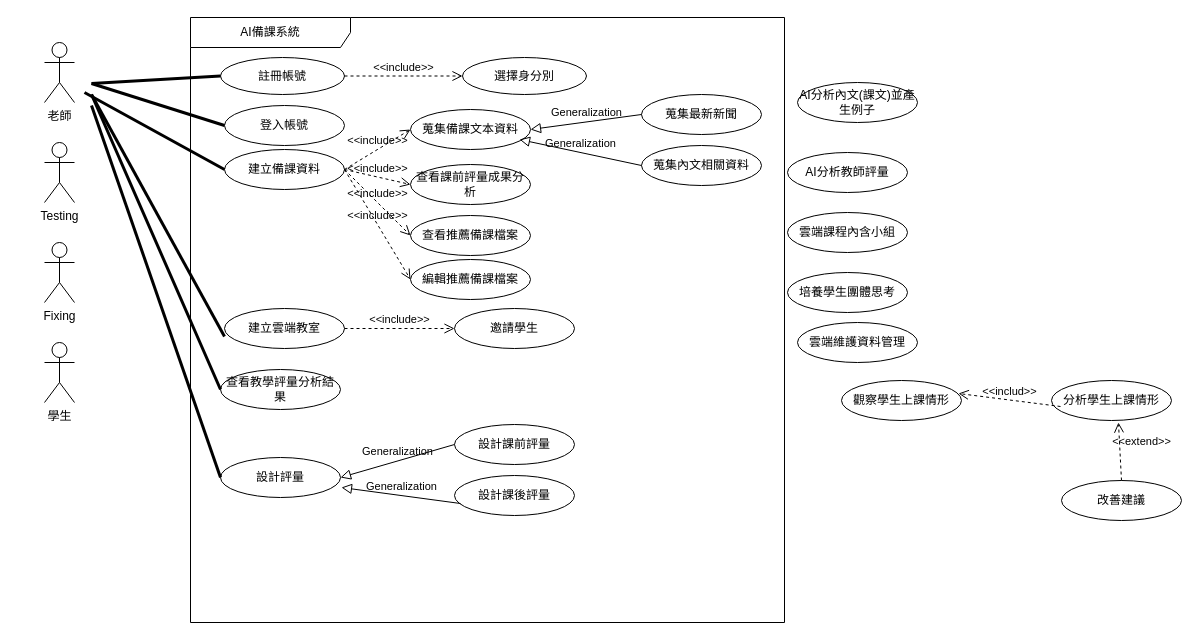
Earlier version of the draw.io diagram page "第 1 页" (1 of 2) of 顧客關係圖.drawio (Kevincheng0804/System-analysis). Source tidied: cells renumbered, new cells numbered last; positions are measured from the earlier drawing's top-left corner, leaving out a move shared by most shapes. Both pictures are drawn from the tidied source at 100%, with x=0, y=0 at pixel (44, 17).
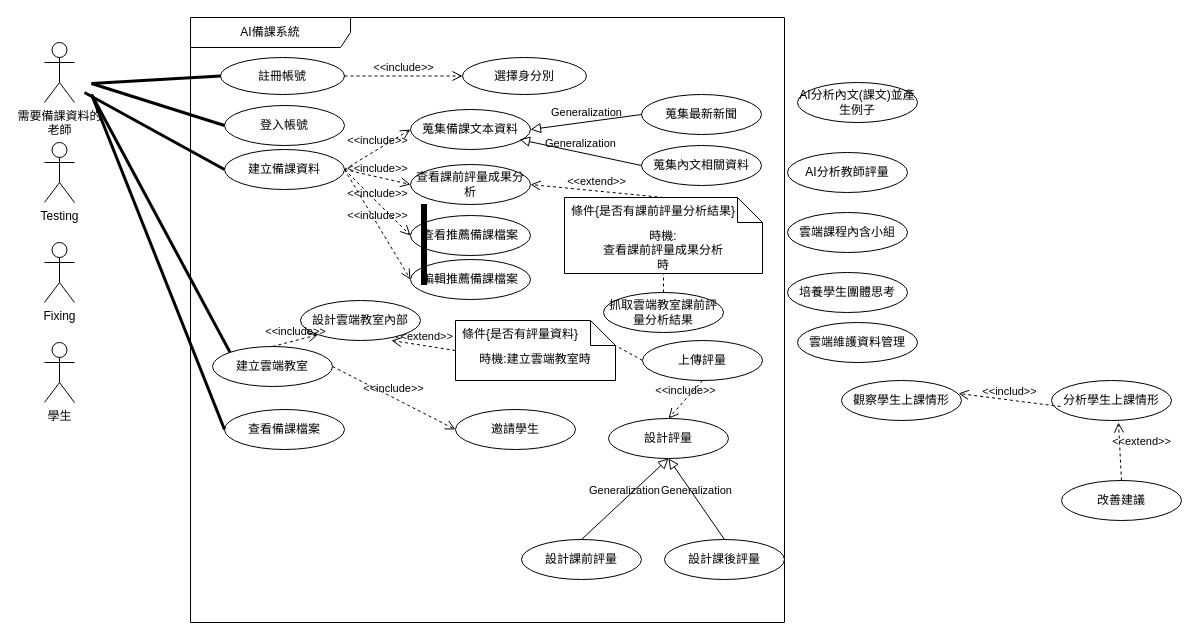
After the change.

Unchanged cells that the change refers to:
```xml
<mxCell id="5" value="AI備課系統" style="shape=umlFrame;whiteSpace=wrap;html=1;width=160;" parent="1" vertex="1">
  <mxGeometry x="146" width="594" height="605" as="geometry" />
</mxCell>
<mxCell id="23" value="&lt;div&gt;查看課前評量成果分析&lt;/div&gt;" style="ellipse;html=1;whiteSpace=wrap;" parent="5" vertex="1">
  <mxGeometry x="220" y="147" width="120" height="40" as="geometry" />
</mxCell>
```

What changed in the source:
```diff
@@
-    <mxCell id="2" value="&lt;div&gt;老師&lt;/div&gt;&lt;div&gt;&lt;br&gt;&lt;/div&gt;" style="shape=umlActor;verticalLabelPosition=bottom;verticalAlign=top;html=1;" parent="1" vertex="1">
+    <mxCell id="2" value="需要備課資料的&lt;div&gt;老師&lt;/div&gt;&lt;div&gt;&lt;br&gt;&lt;/div&gt;" style="shape=umlActor;verticalLabelPosition=bottom;verticalAlign=top;html=1;" parent="1" vertex="1">
       <mxGeometry y="25" width="30" height="60" as="geometry" />
     </mxCell>
@@
     <mxCell id="17" value="建立雲端教室" style="ellipse;html=1;whiteSpace=wrap;" parent="5" vertex="1">
-      <mxGeometry x="34" y="291" width="120" height="40" as="geometry" />
+      <mxGeometry x="22" y="329" width="120" height="40" as="geometry" />
     </mxCell>
     <mxCell id="18" value="邀請學生" style="ellipse;html=1;whiteSpace=wrap;" parent="5" vertex="1">
-      <mxGeometry x="264" y="291" width="120" height="40" as="geometry" />
+      <mxGeometry x="265" y="392" width="120" height="40" as="geometry" />
     </mxCell>
@@
-    <mxCell id="28" value="查看教學評量分析結果" style="ellipse;html=1;whiteSpace=wrap;" parent="5" vertex="1">
-      <mxGeometry x="30" y="352" width="120" height="40" as="geometry" />
+    <mxCell id="28" value="查看備課檔案" style="ellipse;html=1;whiteSpace=wrap;" parent="5" vertex="1">
+      <mxGeometry x="34" y="392" width="120" height="40" as="geometry" />
     </mxCell>
     <mxCell id="29" value="設計評量" style="ellipse;html=1;whiteSpace=wrap;" parent="5" vertex="1">
-      <mxGeometry x="30" y="440" width="120" height="40" as="geometry" />
+      <mxGeometry x="418" y="401" width="120" height="40" as="geometry" />
     </mxCell>
     <mxCell id="30" value="設計課前評量" style="ellipse;html=1;whiteSpace=wrap;" parent="5" vertex="1">
-      <mxGeometry x="264" y="407" width="120" height="40" as="geometry" />
+      <mxGeometry x="331" y="522" width="120" height="40" as="geometry" />
     </mxCell>
     <mxCell id="31" value="設計課後評量" style="ellipse;html=1;whiteSpace=wrap;" parent="5" vertex="1">
-      <mxGeometry x="264" y="458" width="120" height="40" as="geometry" />
+      <mxGeometry x="474" y="522" width="120" height="40" as="geometry" />
     </mxCell>
-    <mxCell id="32" value="Generalization" style="endArrow=block;html=1;rounded=0;align=center;verticalAlign=bottom;endFill=0;labelBackgroundColor=none;endSize=8;entryX=1.008;entryY=0.75;entryDx=0;entryDy=0;entryPerimeter=0;exitX=0.05;exitY=0.7;exitDx=0;exitDy=0;exitPerimeter=0;" parent="5" edge="1" source="31" target="29">
+    <mxCell id="32" value="Generalization" style="endArrow=block;html=1;rounded=0;align=center;verticalAlign=bottom;endFill=0;labelBackgroundColor=none;endSize=8;entryX=0.5;entryY=1;entryDx=0;entryDy=0;exitX=0.5;exitY=0;exitDx=0;exitDy=0;" parent="5" edge="1" source="31" target="29">
       <mxGeometry relative="1" as="geometry" />
     </mxCell>
@@
-    <mxCell id="34" value="Generalization" style="endArrow=block;html=1;rounded=0;align=center;verticalAlign=bottom;endFill=0;labelBackgroundColor=none;endSize=8;entryX=1;entryY=0.5;entryDx=0;entryDy=0;exitX=0;exitY=0.5;exitDx=0;exitDy=0;" parent="5" edge="1" source="30" target="29">
+    <mxCell id="34" value="Generalization" style="endArrow=block;html=1;rounded=0;align=center;verticalAlign=bottom;endFill=0;labelBackgroundColor=none;endSize=8;entryX=0.5;entryY=1;entryDx=0;entryDy=0;exitX=0.5;exitY=0;exitDx=0;exitDy=0;" parent="5" edge="1" source="30" target="29">
       <mxGeometry relative="1" as="geometry" />
     </mxCell>
@@
+    <mxCell id="53" value="&amp;lt;&amp;lt;extend&amp;gt;&amp;gt;" style="endArrow=open;startArrow=none;endFill=0;startFill=0;endSize=8;html=1;verticalAlign=bottom;dashed=1;labelBackgroundColor=none;rounded=0;exitX=0;exitY=0.5;exitDx=0;exitDy=0;exitPerimeter=0;entryX=0.758;entryY=1;entryDx=0;entryDy=0;entryPerimeter=0;" parent="5" edge="1" source="54" target="62">
+      <mxGeometry relative="1" as="geometry" />
+    </mxCell>
+    <mxCell id="54" value="時機:建立雲端教室時" style="shape=note2;boundedLbl=1;whiteSpace=wrap;html=1;size=25;verticalAlign=top;align=center;" parent="5" vertex="1">
+      <mxGeometry x="265" y="303" width="160" height="60" as="geometry" />
+    </mxCell>
+    <mxCell id="55" value="條件{是否有評量資料}" style="strokeColor=none;fillColor=none;align=left;spacingLeft=5;" parent="54" vertex="1">
+      <mxGeometry width="160" height="25" relative="1" as="geometry" />
+    </mxCell>
+    <mxCell id="56" style="endArrow=none;startArrow=none;endFill=0;startFill=0;endSize=8;html=1;verticalAlign=bottom;dashed=1;labelBackgroundColor=none;rounded=0;exitX=0;exitY=0.5;exitDx=0;exitDy=0;entryX=1;entryY=1;entryDx=0;entryDy=0;" parent="5" edge="1" source="57" target="55">
+      <mxGeometry relative="1" as="geometry" />
+    </mxCell>
+    <mxCell id="57" value="上傳評量" style="ellipse;html=1;whiteSpace=wrap;" parent="5" vertex="1">
+      <mxGeometry x="452" y="323" width="120" height="40" as="geometry" />
+    </mxCell>
+    <mxCell id="58" value="時機:&lt;div&gt;查看課前評量成果分析&lt;/div&gt;時" style="shape=note2;boundedLbl=1;whiteSpace=wrap;html=1;size=25;verticalAlign=top;align=center;" parent="5" vertex="1">
+      <mxGeometry x="374" y="180" width="198" height="76" as="geometry" />
+    </mxCell>
+    <mxCell id="59" value="條件{是否有課前評量分析結果}" style="strokeColor=none;fillColor=none;align=left;spacingLeft=5;" parent="58" vertex="1">
+      <mxGeometry width="198" height="25" relative="1" as="geometry" />
+    </mxCell>
+    <mxCell id="60" value="&amp;lt;&amp;lt;include&amp;gt;&amp;gt;" style="endArrow=open;startArrow=none;endFill=0;startFill=0;endSize=8;html=1;verticalAlign=bottom;dashed=1;labelBackgroundColor=none;rounded=0;exitX=0.5;exitY=1;exitDx=0;exitDy=0;entryX=0.5;entryY=0;entryDx=0;entryDy=0;" parent="5" edge="1" source="57" target="29">
+      <mxGeometry relative="1" as="geometry" />
+    </mxCell>
+    <mxCell id="61" value="&amp;lt;&amp;lt;extend&amp;gt;&amp;gt;" style="endArrow=open;startArrow=none;endFill=0;startFill=0;endSize=8;html=1;verticalAlign=bottom;dashed=1;labelBackgroundColor=none;rounded=0;exitX=0.5;exitY=0;exitDx=0;exitDy=0;entryX=1;entryY=0.5;entryDx=0;entryDy=0;" parent="5" edge="1" source="59" target="23">
+      <mxGeometry relative="1" as="geometry" />
+    </mxCell>
+    <mxCell id="62" value="設計雲端教室內部" style="ellipse;html=1;whiteSpace=wrap;" parent="5" vertex="1">
+      <mxGeometry x="110" y="283" width="120" height="40" as="geometry" />
+    </mxCell>
+    <mxCell id="63" value="&amp;lt;&amp;lt;include&amp;gt;&amp;gt;" style="endArrow=open;startArrow=none;endFill=0;startFill=0;endSize=8;html=1;verticalAlign=bottom;dashed=1;labelBackgroundColor=none;rounded=0;exitX=0.5;exitY=0;exitDx=0;exitDy=0;entryX=0;entryY=1;entryDx=0;entryDy=0;" parent="5" edge="1" source="17" target="62">
+      <mxGeometry relative="1" as="geometry" />
+    </mxCell>
+    <mxCell id="64" value="抓取雲端教室課前評量分析結果" style="ellipse;html=1;whiteSpace=wrap;" parent="5" vertex="1">
+      <mxGeometry x="413" y="275" width="120" height="40" as="geometry" />
+    </mxCell>
+    <mxCell id="65" style="endArrow=none;startArrow=none;endFill=0;startFill=0;endSize=8;html=1;verticalAlign=bottom;dashed=1;labelBackgroundColor=none;rounded=0;entryX=0.5;entryY=1;entryDx=0;entryDy=0;entryPerimeter=0;exitX=0.5;exitY=0;exitDx=0;exitDy=0;" parent="5" edge="1" source="64" target="58">
+      <mxGeometry relative="1" as="geometry" />
+    </mxCell>
+    <mxCell id="66" style="endArrow=none;startArrow=none;endFill=0;startFill=0;endSize=8;html=1;verticalAlign=bottom;labelBackgroundColor=none;strokeWidth=3;rounded=0;entryX=0;entryY=0;entryDx=0;entryDy=0;" parent="5" edge="1" target="17">
+      <mxGeometry relative="1" as="geometry">
+        <mxPoint x="-99" y="77" as="sourcePoint" />
+      </mxGeometry>
+    </mxCell>
@@
-    <mxCell id="45" style="endArrow=none;startArrow=none;endFill=0;startFill=0;endSize=8;html=1;verticalAlign=bottom;labelBackgroundColor=none;strokeWidth=3;rounded=0;entryX=0;entryY=0.7;entryDx=0;entryDy=0;entryPerimeter=0;" parent="1" edge="1" target="17">
-      <mxGeometry relative="1" as="geometry">
-        <mxPoint x="47" y="77" as="sourcePoint" />
-      </mxGeometry>
-    </mxCell>
@@
-    <mxCell id="51" style="endArrow=none;startArrow=none;endFill=0;startFill=0;endSize=8;html=1;verticalAlign=bottom;labelBackgroundColor=none;strokeWidth=3;rounded=0;entryX=0;entryY=0.5;entryDx=0;entryDy=0;" parent="1" edge="1" target="29">
-      <mxGeometry relative="1" as="geometry">
-        <mxPoint x="47" y="88" as="sourcePoint" />
-      </mxGeometry>
-    </mxCell>
@@
+    <mxCell id="67" style="html=1;perimeter=orthogonalPerimeter;fillColor=strokeColor;" parent="1" vertex="1">
+      <mxGeometry x="377" y="187" width="5" height="80" as="geometry" />
+    </mxCell>
```
